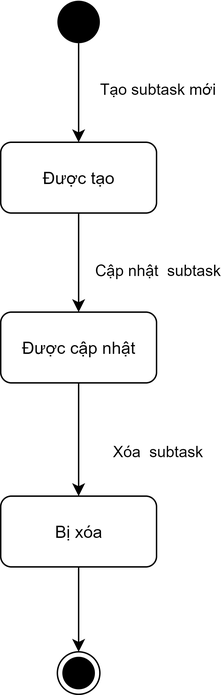
Merevoli-DatLuu/To-Do-App keeps this draw.io diagram as ToDoApp-Doc/Document/Diagram/State Machine Diagram/ManageSubtask/ManageSubtask.png. Above is the earlier version. Source tidied: cells renumbered, new cells last; positions are measured from the earlier drawing's top-left corner, leaving out a move shared by most shapes.
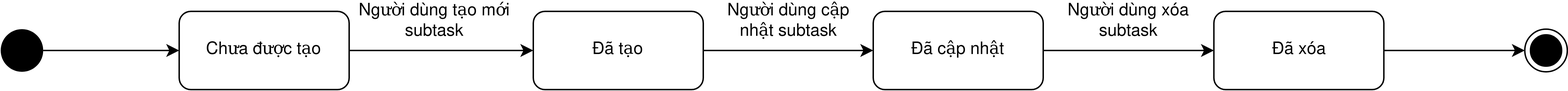
Later version of the same file.

Commit message:
[Document, Modified]: ManageSubtask.png StateDiagram

Change to the diagram source:
```diff
@@ -1,48 +1,48 @@
 <mxGraphModel>
   <root>
-    <mxCell id="0" />
-    <mxCell id="1" parent="0" />
-    <mxCell id="2" style="edgeStyle=orthogonalEdgeStyle;rounded=0;jettySize=auto;html=1;" parent="1" edge="1" source="4" target="10">
-      <mxGeometry relative="1" as="geometry" />
-    </mxCell>
-    <mxCell id="3" value="Cập nhật&amp;nbsp; subtask" style="edgeLabel;html=1;align=center;verticalAlign=middle;" parent="2" vertex="1">
-      <mxGeometry x="0.13" y="1" relative="1" as="geometry">
-        <mxPoint x="54" as="offset" />
-      </mxGeometry>
-    </mxCell>
-    <mxCell id="4" value="Được tạo" style="html=1;rounded=1;" parent="1" vertex="1">
-      <mxGeometry y="100" width="110" height="50" as="geometry" />
-    </mxCell>
-    <mxCell id="5" style="edgeStyle=orthogonalEdgeStyle;rounded=0;jettySize=auto;html=1;" parent="1" edge="1" source="7" target="4">
-      <mxGeometry relative="1" as="geometry" />
-    </mxCell>
-    <mxCell id="6" value="Tạo subtask mới" style="edgeLabel;html=1;align=center;verticalAlign=middle;" parent="5" vertex="1">
-      <mxGeometry x="0.15" y="-3" relative="1" as="geometry">
-        <mxPoint x="58" y="-7.9" as="offset" />
-      </mxGeometry>
-    </mxCell>
+    <mxCell id="14" />
+    <mxCell id="15" parent="14" />
+    <mxCell id="16" style="edgeStyle=orthogonalEdgeStyle;rounded=0;jettySize=auto;html=1;" parent="15" edge="1" source="7" target="18">
+      <mxGeometry relative="1" as="geometry" />
+    </mxCell>
-    <mxCell id="7" style="ellipse;fillColor=#000000;strokeColor=none;" parent="1" vertex="1">
+    <mxCell id="7" style="ellipse;fillColor=#000000;strokeColor=none;" parent="15" vertex="1">
       <mxGeometry x="40" width="30" height="30" as="geometry" />
     </mxCell>
-    <mxCell id="8" style="edgeStyle=orthogonalEdgeStyle;rounded=0;jettySize=auto;html=1;" parent="1" edge="1" source="10" target="12">
-      <mxGeometry relative="1" as="geometry" />
-    </mxCell>
-    <mxCell id="9" value="Xóa&amp;nbsp; subtask" style="edgeLabel;html=1;align=center;verticalAlign=middle;" parent="8" vertex="1">
-      <mxGeometry x="-0.21" relative="1" as="geometry">
-        <mxPoint x="55" y="16.6" as="offset" />
-      </mxGeometry>
-    </mxCell>
-    <mxCell id="10" value="Được cập nhật" style="html=1;rounded=1;" parent="1" vertex="1">
-      <mxGeometry y="220" width="110" height="50" as="geometry" />
-    </mxCell>
-    <mxCell id="11" style="edgeStyle=orthogonalEdgeStyle;rounded=0;jettySize=auto;html=1;" parent="1" edge="1" source="12" target="13">
-      <mxGeometry relative="1" as="geometry" />
-    </mxCell>
-    <mxCell id="12" value="Bị xóa" style="html=1;rounded=1;" parent="1" vertex="1">
-      <mxGeometry y="350" width="110" height="50" as="geometry" />
-    </mxCell>
-    <mxCell id="13" style="ellipse;html=1;shape=endState;fillColor=#000000;strokeColor=#000000;" parent="1" vertex="1">
-      <mxGeometry x="40" y="460" width="30" height="30" as="geometry" />
-    </mxCell>
+    <mxCell id="17" style="edgeStyle=orthogonalEdgeStyle;rounded=0;jettySize=auto;html=1;entryX=0;entryY=0.5;entryDx=0;entryDy=0;" parent="15" edge="1" source="18" target="20">
+      <mxGeometry relative="1" as="geometry" />
+    </mxCell>
+    <mxCell id="18" value="Chưa được tạo" style="rounded=1;whiteSpace=wrap;html=1;" parent="15" vertex="1">
+      <mxGeometry x="166" y="-12.5" width="120" height="55" as="geometry" />
+    </mxCell>
+    <mxCell id="19" style="edgeStyle=orthogonalEdgeStyle;rounded=0;jettySize=auto;html=1;entryX=0;entryY=0.5;entryDx=0;entryDy=0;" parent="15" edge="1" source="20" target="22">
+      <mxGeometry relative="1" as="geometry" />
+    </mxCell>
+    <mxCell id="20" value="Đã tạo" style="rounded=1;whiteSpace=wrap;html=1;" parent="15" vertex="1">
+      <mxGeometry x="416" y="-12.5" width="120" height="55" as="geometry" />
+    </mxCell>
+    <mxCell id="21" style="edgeStyle=orthogonalEdgeStyle;rounded=0;jettySize=auto;html=1;" parent="15" edge="1" source="22" target="24">
+      <mxGeometry relative="1" as="geometry" />
+    </mxCell>
+    <mxCell id="22" value="Đã cập nhật" style="rounded=1;whiteSpace=wrap;html=1;" parent="15" vertex="1">
+      <mxGeometry x="656" y="-12.5" width="120" height="55" as="geometry" />
+    </mxCell>
+    <mxCell id="23" style="edgeStyle=orthogonalEdgeStyle;rounded=0;jettySize=auto;html=1;" parent="15" edge="1" source="24" target="28">
+      <mxGeometry relative="1" as="geometry" />
+    </mxCell>
+    <mxCell id="24" value="Đã xóa" style="rounded=1;whiteSpace=wrap;html=1;" parent="15" vertex="1">
+      <mxGeometry x="896.5" y="-12.5" width="120" height="55" as="geometry" />
+    </mxCell>
+    <mxCell id="25" value="&lt;div&gt;Người dùng tạo mới&lt;/div&gt;&lt;div&gt;subtask&lt;/div&gt;" style="text;html=1;align=center;verticalAlign=middle;" parent="15" vertex="1">
+      <mxGeometry x="286" y="-20" width="120" height="30" as="geometry" />
+    </mxCell>
+    <mxCell id="26" value="&lt;div&gt;Người dùng cập &lt;br&gt;&lt;/div&gt;&lt;div&gt;nhật subtask&lt;/div&gt;" style="text;html=1;align=center;verticalAlign=middle;" parent="15" vertex="1">
+      <mxGeometry x="546" y="-20" width="100" height="30" as="geometry" />
+    </mxCell>
+    <mxCell id="27" value="&lt;div&gt;Người dùng xóa&lt;/div&gt;&lt;div&gt;subtask&lt;/div&gt;" style="text;html=1;align=center;verticalAlign=middle;" parent="15" vertex="1">
+      <mxGeometry x="786" y="-20" width="100" height="30" as="geometry" />
+    </mxCell>
+    <mxCell id="28" style="ellipse;html=1;shape=endState;fillColor=#000000;strokeColor=#000000;" parent="15" vertex="1">
+      <mxGeometry x="1116" width="30" height="30" as="geometry" />
+    </mxCell>
   </root>
 </mxGraphModel>
```
